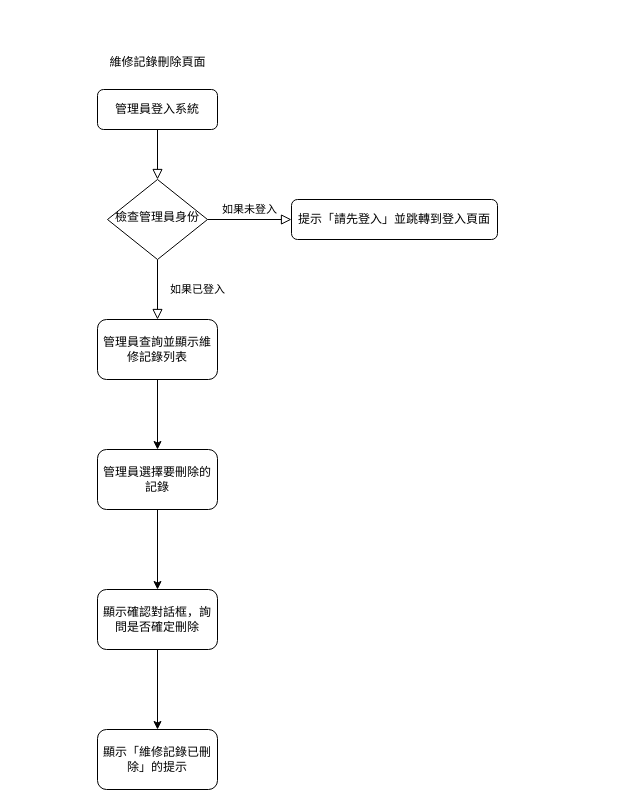
This is 系統流程圖(維修記錄刪除頁面).drawio from hak99101314/Maintenance-inquiry-system, a draw.io file, before an edit. Source tidied: cells renumbered, new cells numbered last; positions are measured from the earlier drawing's top-left corner, leaving out a move shared by most shapes. Both pictures are drawn from the tidied source at 100%, with x=0, y=0 at pixel (97, 47).
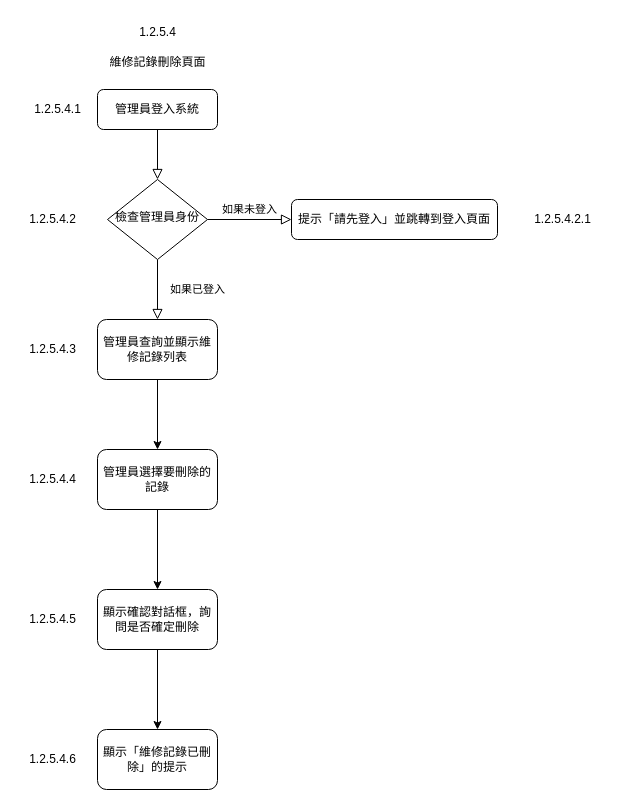
After the change.

Commit message:
更新系統流程圖(維修記錄刪除頁面).drawio

Change to the diagram source:
```diff
@@
+    <mxCell id="16" value="1.2.5.4" style="text;html=1;align=center;verticalAlign=middle;strokeColor=none;fillColor=none;" parent="1" vertex="1">
+      <mxGeometry x="30" y="-30" width="60" height="30" as="geometry" />
+    </mxCell>
+    <mxCell id="17" value="1.2.5.4.1" style="text;html=1;align=center;verticalAlign=middle;strokeColor=none;fillColor=none;" parent="1" vertex="1">
+      <mxGeometry x="-75" y="47" width="70" height="30" as="geometry" />
+    </mxCell>
+    <mxCell id="18" value="1.2.5.4.2" style="text;html=1;align=center;verticalAlign=middle;strokeColor=none;fillColor=none;" parent="1" vertex="1">
+      <mxGeometry x="-80" y="157" width="70" height="30" as="geometry" />
+    </mxCell>
+    <mxCell id="19" value="1.2.5.4.2.1" style="text;html=1;align=center;verticalAlign=middle;strokeColor=none;fillColor=none;" parent="1" vertex="1">
+      <mxGeometry x="425" y="157" width="80" height="30" as="geometry" />
+    </mxCell>
+    <mxCell id="20" value="1.2.5.4.3" style="text;html=1;align=center;verticalAlign=middle;strokeColor=none;fillColor=none;" parent="1" vertex="1">
+      <mxGeometry x="-80" y="287" width="70" height="30" as="geometry" />
+    </mxCell>
+    <mxCell id="21" value="1.2.5.4.4" style="text;html=1;align=center;verticalAlign=middle;strokeColor=none;fillColor=none;" parent="1" vertex="1">
+      <mxGeometry x="-80" y="417" width="70" height="30" as="geometry" />
+    </mxCell>
+    <mxCell id="22" value="1.2.5.4.5" style="text;html=1;align=center;verticalAlign=middle;strokeColor=none;fillColor=none;" parent="1" vertex="1">
+      <mxGeometry x="-80" y="557" width="70" height="30" as="geometry" />
+    </mxCell>
+    <mxCell id="23" value="1.2.5.4.6" style="text;html=1;align=center;verticalAlign=middle;strokeColor=none;fillColor=none;" parent="1" vertex="1">
+      <mxGeometry x="-80" y="697" width="70" height="30" as="geometry" />
+    </mxCell>
```
